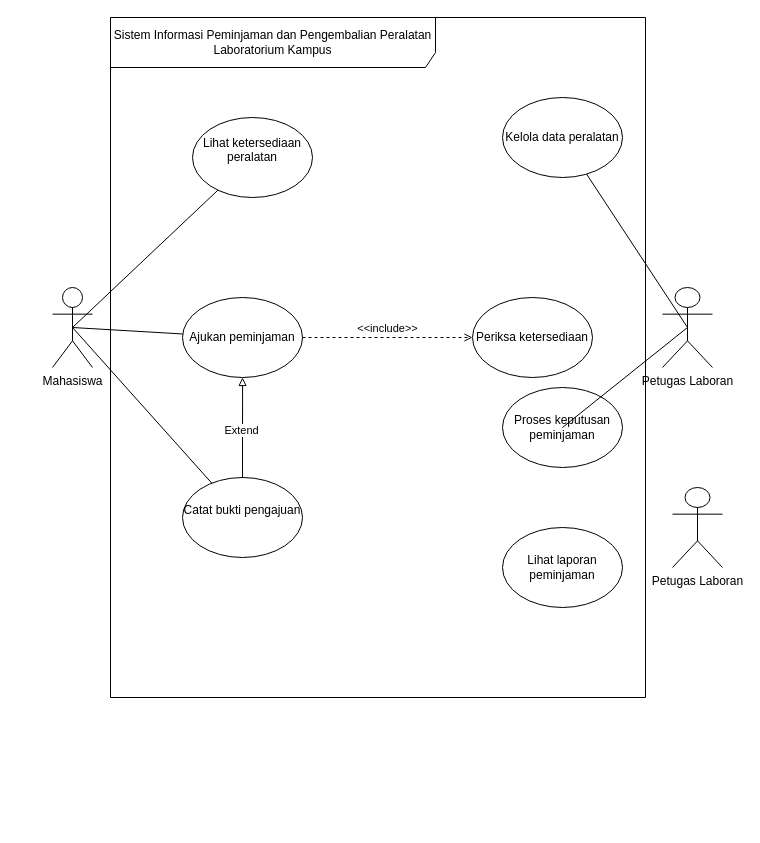
This is 03_latihan_tools/P03/LAB/P03_2406048_LAB_notasi_usecase_v01.drawio from fachrisundani225-dotcom/IFRWP5149_2406048_Labat, a draw.io file, before an edit. Source tidied: cells renumbered, new cells numbered last; positions are measured from the earlier drawing's top-left corner, leaving out a move shared by most shapes. Both pictures are drawn from the tidied source at 100%, with x=0, y=0 at pixel (52, 17).
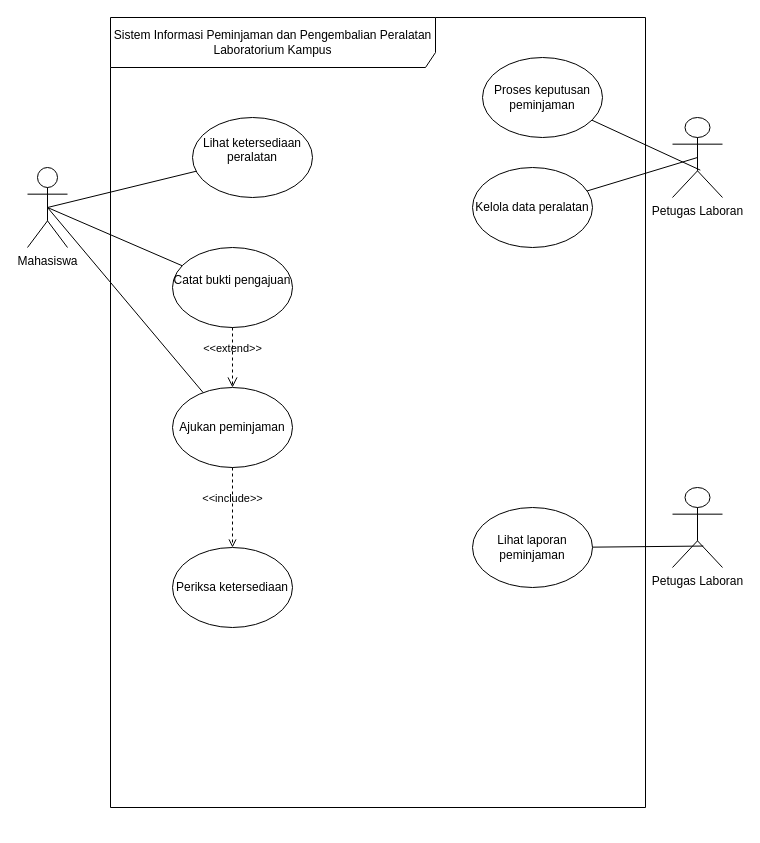
The same page after the edit.

Unchanged cells that the change refers to:
```xml
<mxCell id="15" value="Petugas Laboran&lt;div&gt;&lt;br&gt;&lt;/div&gt;" style="shape=umlActor;verticalLabelPosition=bottom;verticalAlign=top;html=1;" parent="1" vertex="1">
  <mxGeometry x="620" y="470" width="50" height="80" as="geometry" />
</mxCell>
```

Change to the diagram source:
```diff
@@
     <mxCell id="3" value="Sistem Informasi Peminjaman dan Pengembalian Peralatan Laboratorium Kampus" style="shape=umlFrame;whiteSpace=wrap;html=1;width=325;height=50;" parent="1" vertex="1">
-      <mxGeometry x="58" width="535" height="680" as="geometry" />
+      <mxGeometry x="58" width="535" height="790" as="geometry" />
     </mxCell>
@@
     <mxCell id="5" value="Mahasiswa&lt;div&gt;&lt;br&gt;&lt;/div&gt;" style="shape=umlActor;verticalLabelPosition=bottom;verticalAlign=top;html=1;" parent="1" vertex="1">
-      <mxGeometry y="270" width="40" height="80" as="geometry" />
+      <mxGeometry x="-25" y="150" width="40" height="80" as="geometry" />
     </mxCell>
     <mxCell id="6" value="Petugas Laboran&lt;div&gt;&lt;br&gt;&lt;/div&gt;" style="shape=umlActor;verticalLabelPosition=bottom;verticalAlign=top;html=1;" parent="1" vertex="1">
-      <mxGeometry x="610" y="270" width="50" height="80" as="geometry" />
+      <mxGeometry x="620" y="100" width="50" height="80" as="geometry" />
     </mxCell>
@@
     <mxCell id="9" value="Kelola data peralatan" style="ellipse;whiteSpace=wrap;html=1;shapeInside=1;" parent="1" vertex="1">
-      <mxGeometry x="450" y="80" width="120" height="80" as="geometry" />
+      <mxGeometry x="420" y="150" width="120" height="80" as="geometry" />
     </mxCell>
     <mxCell id="10" value="&lt;div&gt;Ajukan peminjaman&lt;/div&gt;" style="ellipse;whiteSpace=wrap;html=1;shapeInside=1;" parent="1" vertex="1">
-      <mxGeometry x="130" y="280" width="120" height="80" as="geometry" />
+      <mxGeometry x="120" y="370" width="120" height="80" as="geometry" />
     </mxCell>
     <mxCell id="11" value="Proses keputusan peminjaman" style="ellipse;whiteSpace=wrap;html=1;shapeInside=1;" parent="1" vertex="1">
-      <mxGeometry x="450" y="370" width="120" height="80" as="geometry" />
+      <mxGeometry x="430" y="40" width="120" height="80" as="geometry" />
     </mxCell>
     <mxCell id="12" value="Lihat laporan peminjaman" style="ellipse;whiteSpace=wrap;html=1;shapeInside=1;" parent="1" vertex="1">
-      <mxGeometry x="450" y="510" width="120" height="80" as="geometry" />
+      <mxGeometry x="420" y="490" width="120" height="80" as="geometry" />
     </mxCell>
     <mxCell id="13" value="Catat bukti pengajuan&lt;div&gt;&lt;br/&gt;&lt;/div&gt;" style="ellipse;whiteSpace=wrap;html=1;shapeInside=1;" parent="1" vertex="1">
-      <mxGeometry x="130" y="460" width="120" height="80" as="geometry" />
+      <mxGeometry x="120" y="230" width="120" height="80" as="geometry" />
     </mxCell>
     <mxCell id="14" value="Periksa ketersediaan" style="ellipse;whiteSpace=wrap;html=1;shapeInside=1;" parent="1" vertex="1">
-      <mxGeometry x="420" y="280" width="120" height="80" as="geometry" />
+      <mxGeometry x="120" y="530" width="120" height="80" as="geometry" />
     </mxCell>
@@
-    <mxCell id="18" style="rounded=0;jettySize=auto;html=1;endArrow=none;endFill=0;sourcePerimeterSpacing=-999;fixedPointSpacing=1;entryX=0.5;entryY=0.5;entryDx=0;entryDy=0;entryPerimeter=0;" parent="1" edge="1" source="11" target="6">
+    <mxCell id="18" style="edgeStyle=none;html=1;entryX=0.556;entryY=0.658;entryDx=0;entryDy=0;entryPerimeter=0;endArrow=none;endFill=0;" parent="1" edge="1" source="11" target="6">
       <mxGeometry relative="1" as="geometry" />
     </mxCell>
-    <mxCell id="19" style="html=1;labelBackgroundColor=#ffffff;jettySize=auto;fontSize=14;rounded=0;jumpStyle=gap;edgeStyle=orthogonalEdgeStyle;startArrow=none;endArrow=block;endFill=0;strokeWidth=1;" parent="1" edge="1" target="10">
-      <mxGeometry relative="1" as="geometry">
-        <mxPoint x="190" y="460" as="sourcePoint" />
-      </mxGeometry>
-    </mxCell>
-    <mxCell id="20" value="Extend" style="edgeLabel;html=1;align=center;verticalAlign=middle;" parent="19" vertex="1">
-      <mxGeometry x="-0.06" y="2" relative="1" as="geometry" />
-    </mxCell>
+    <mxCell id="22" style="edgeStyle=none;html=1;entryX=0.615;entryY=0.732;entryDx=0;entryDy=0;entryPerimeter=0;endArrow=none;endFill=0;" parent="1" edge="1" source="12" target="15">
+      <mxGeometry relative="1" as="geometry" />
+    </mxCell>
-    <mxCell id="21" value="&amp;lt;&amp;lt;include&amp;gt;&amp;gt;" style="html=1;verticalAlign=bottom;labelBackgroundColor=none;endArrow=open;endFill=0;dashed=1;entryX=0;entryY=0.5;entryDx=0;entryDy=0;" parent="1" edge="1" source="10" target="14">
+    <mxCell id="21" value="&amp;lt;&amp;lt;include&amp;gt;&amp;gt;" style="endArrow=open;html=1;rounded=0;align=center;verticalAlign=bottom;dashed=1;endFill=0;labelBackgroundColor=none;exitX=0.5;exitY=1;exitDx=0;exitDy=0;entryX=0.5;entryY=0;entryDx=0;entryDy=0;" parent="1" edge="1" source="10" target="14">
       <mxGeometry relative="1" as="geometry" />
     </mxCell>
+    <mxCell id="23" value="&amp;lt;&amp;lt;extend&amp;gt;&amp;gt;" style="endArrow=open;startArrow=none;endFill=0;startFill=0;endSize=8;html=1;verticalAlign=bottom;dashed=1;labelBackgroundColor=none;exitX=0.5;exitY=1;exitDx=0;exitDy=0;entryX=0.5;entryY=0;entryDx=0;entryDy=0;" parent="1" edge="1" source="13" target="10">
+      <mxGeometry relative="1" as="geometry" />
+    </mxCell>
```
